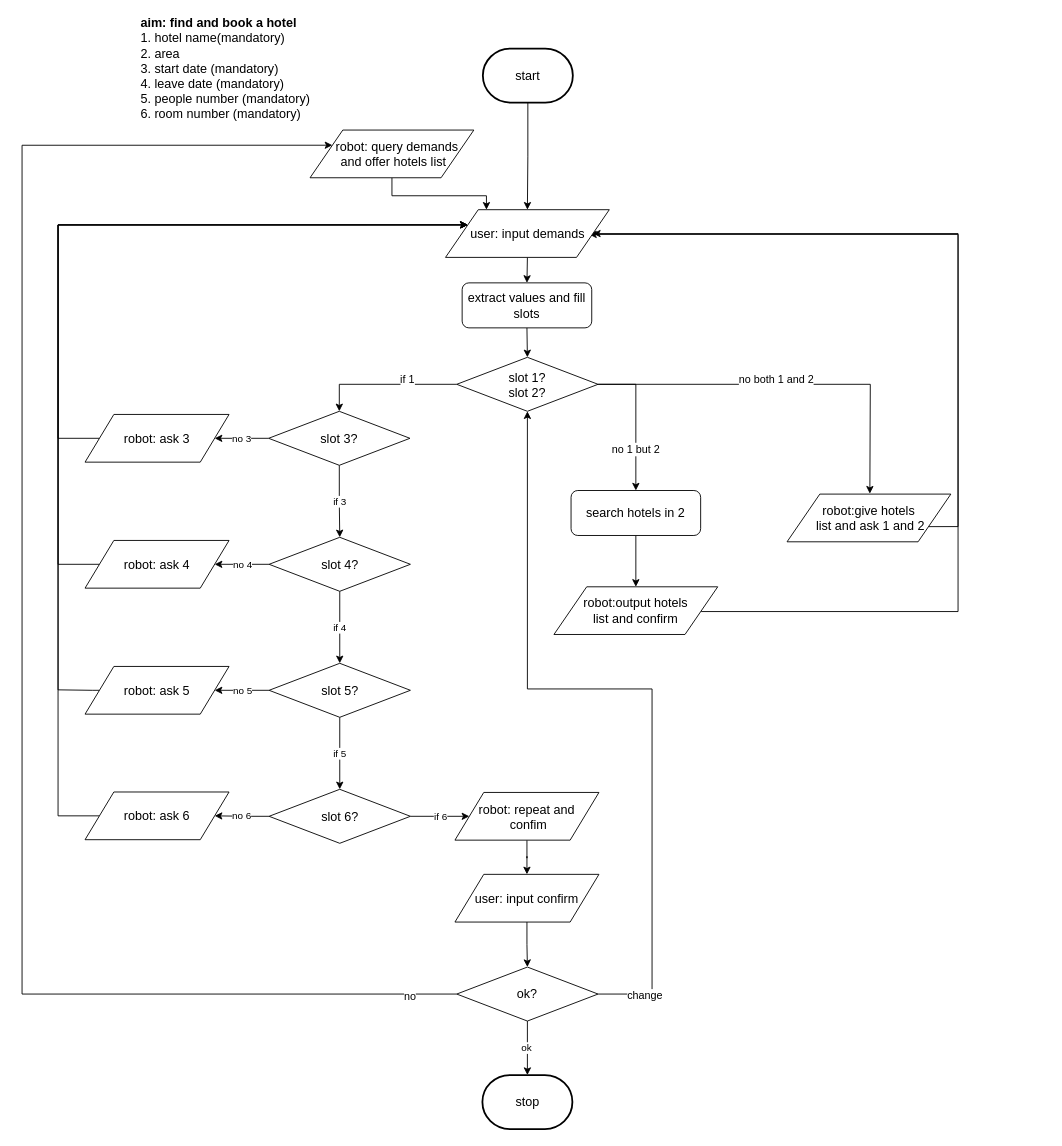
The draw.io diagram flow_diagram/living.drawio in ricosr/travel_consult_chatbot, before the edit. Source tidied: cells renumbered, new cells numbered last; positions are measured from the earlier drawing's top-left corner, leaving out a move shared by most shapes. Both pictures are drawn from the tidied source at 90%, with x=0, y=0 at pixel (22, 24).
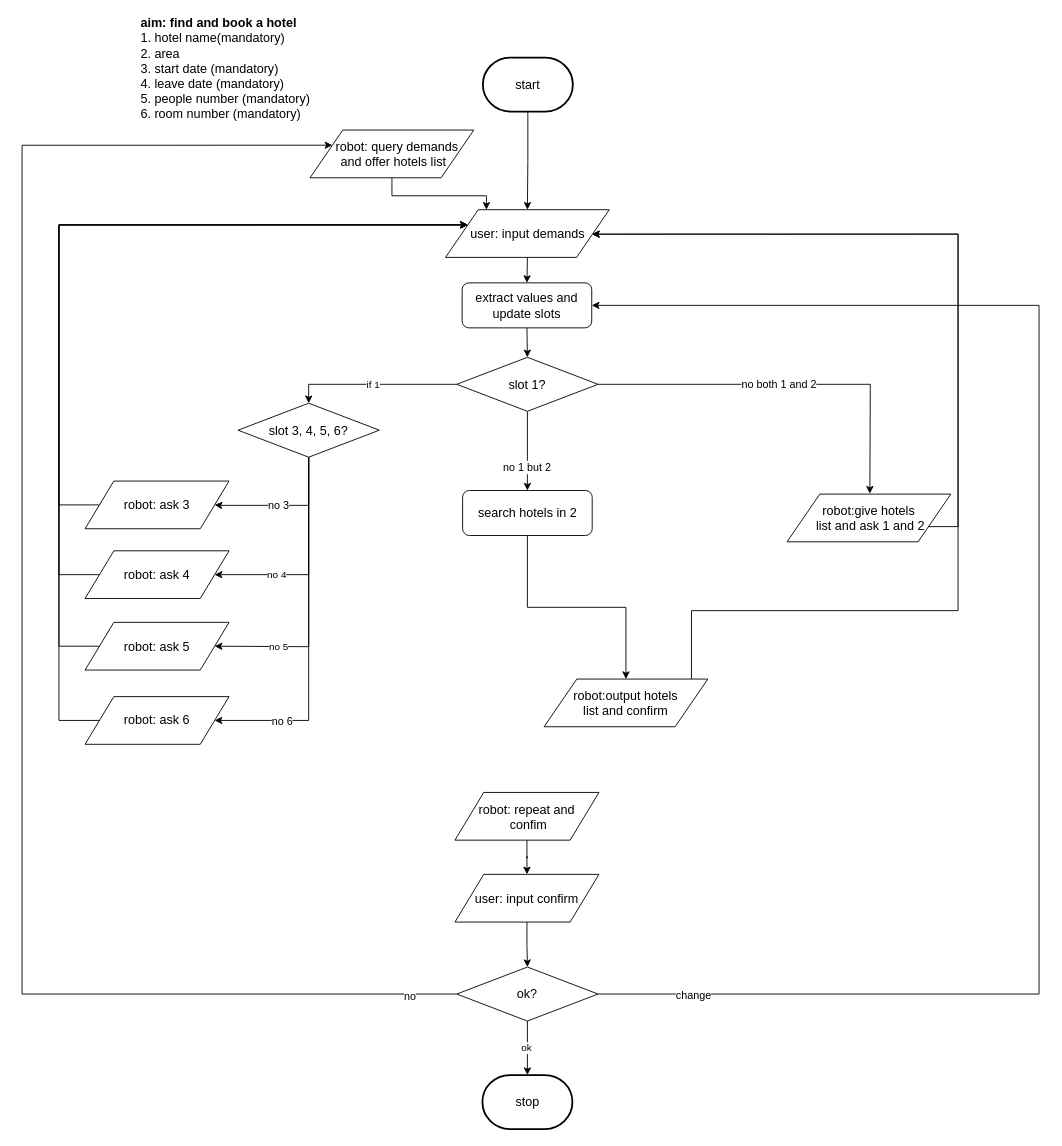
Above is the later version.

Unchanged cells that the change refers to:
```xml
<mxCell id="6" style="edgeStyle=orthogonalEdgeStyle;rounded=0;jettySize=auto;html=1;exitX=1;exitY=0.5;exitDx=0;exitDy=0;" parent="1" edge="1" source="10">
  <mxGeometry relative="1" as="geometry">
    <mxPoint x="942" y="521" as="targetPoint" />
  </mxGeometry>
</mxCell>
<mxCell id="34" value="&lt;font style=&quot;font-size: 14px&quot;&gt;ok?&lt;br&gt;&lt;/font&gt;" style="rhombus;whiteSpace=wrap;html=1;" parent="1" vertex="1">
  <mxGeometry x="483" y="1047" width="157" height="60" as="geometry" />
</mxCell>
<mxCell id="39" value="&lt;span style=&quot;font-size: 14px&quot;&gt;user: input demands&lt;/span&gt;" style="shape=parallelogram;perimeter=parallelogramPerimeter;whiteSpace=wrap;html=1;" parent="1" vertex="1">
  <mxGeometry x="470.5" y="205.5" width="182" height="53" as="geometry" />
</mxCell>
<mxCell id="40" value="&lt;span style=&quot;font-size: 14px&quot;&gt;robot:give hotels&lt;br&gt;&amp;nbsp;list and ask 1 and 2&lt;/span&gt;" style="shape=parallelogram;perimeter=parallelogramPerimeter;whiteSpace=wrap;html=1;" parent="1" vertex="1">
  <mxGeometry x="850" y="521.5" width="182" height="53" as="geometry" />
</mxCell>
<mxCell id="49" value="&lt;span style=&quot;font-size: 14px&quot;&gt;robot: repeat and&lt;br&gt;&amp;nbsp;confim&lt;/span&gt;" style="shape=parallelogram;perimeter=parallelogramPerimeter;whiteSpace=wrap;html=1;" parent="1" vertex="1">
  <mxGeometry x="481" y="853" width="160" height="53" as="geometry" />
</mxCell>
```

The edit, as a diff of the source:
```diff
@@
-    <mxCell id="4" style="edgeStyle=orthogonalEdgeStyle;rounded=0;jettySize=auto;html=1;exitX=1;exitY=0.5;exitDx=0;exitDy=0;entryX=0.5;entryY=0;entryDx=0;entryDy=0;" parent="1" edge="1" source="10" target="13">
+    <mxCell id="4" style="edgeStyle=orthogonalEdgeStyle;rounded=0;jettySize=auto;html=1;exitX=0.5;exitY=1;exitDx=0;exitDy=0;entryX=0.5;entryY=0;entryDx=0;entryDy=0;" parent="1" edge="1" source="10" target="13">
       <mxGeometry relative="1" as="geometry" />
     </mxCell>
@@
     <mxCell id="7" value="no both 1 and 2" style="text;html=1;align=center;verticalAlign=middle;labelBackgroundColor=#ffffff;" parent="6" vertex="1">
-      <mxGeometry x="-0.07" y="5" relative="1" as="geometry" />
+      <mxGeometry x="-0.07" y="5" relative="1" as="geometry">
+        <mxPoint x="3" y="4.5" as="offset" />
+      </mxGeometry>
     </mxCell>
-    <mxCell id="8" style="edgeStyle=orthogonalEdgeStyle;rounded=0;jettySize=auto;html=1;exitX=0;exitY=0.5;exitDx=0;exitDy=0;entryX=0.5;entryY=0;entryDx=0;entryDy=0;" parent="1" edge="1" source="10" target="17">
-      <mxGeometry relative="1" as="geometry" />
-    </mxCell>
+    <mxCell id="55" style="edgeStyle=orthogonalEdgeStyle;rounded=0;jettySize=auto;html=1;exitX=0.5;exitY=1;exitDx=0;exitDy=0;entryX=1;entryY=0.5;entryDx=0;entryDy=0;" parent="1" edge="1" source="57" target="47">
+      <mxGeometry relative="1" as="geometry">
+        <Array as="points">
+          <mxPoint x="319" y="773" />
+        </Array>
+      </mxGeometry>
+    </mxCell>
+    <mxCell id="25" value="no 6" style="text;html=1;align=center;verticalAlign=middle;labelBackgroundColor=#ffffff;" parent="55" vertex="1">
+      <mxGeometry x="0.45" y="2" relative="1" as="geometry">
+        <mxPoint x="-32.5" y="6" as="offset" />
+      </mxGeometry>
+    </mxCell>
-    <mxCell id="9" value="if 1" style="text;html=1;align=center;verticalAlign=middle;labelBackgroundColor=#ffffff;" parent="8" vertex="1">
-      <mxGeometry x="-0.3" y="-5" relative="1" as="geometry" />
+    <mxCell id="9" value="if 1" style="edgeStyle=orthogonalEdgeStyle;rounded=0;jettySize=auto;html=1;exitX=0;exitY=0.5;exitDx=0;exitDy=0;entryX=0.5;entryY=0;entryDx=0;entryDy=0;" parent="1" edge="1" source="10" target="57">
+      <mxGeometry relative="1" as="geometry" />
     </mxCell>
-    <mxCell id="10" value="&lt;font style=&quot;font-size: 14px&quot;&gt;slot 1?&lt;br&gt;slot 2?&lt;br&gt;&lt;/font&gt;" style="rhombus;whiteSpace=wrap;html=1;" parent="1" vertex="1">
+    <mxCell id="10" value="&lt;font style=&quot;font-size: 14px&quot;&gt;slot 1?&lt;br&gt;&lt;/font&gt;" style="rhombus;whiteSpace=wrap;html=1;" parent="1" vertex="1">
       <mxGeometry x="483" y="369.5" width="157" height="60" as="geometry" />
     </mxCell>
-    <mxCell id="11" style="edgeStyle=orthogonalEdgeStyle;rounded=0;jettySize=auto;html=1;exitX=1;exitY=0.75;exitDx=0;exitDy=0;entryX=1;entryY=0.5;entryDx=0;entryDy=0;" parent="1" edge="1" source="40">
+    <mxCell id="11" style="edgeStyle=orthogonalEdgeStyle;rounded=0;jettySize=auto;html=1;exitX=1;exitY=0.75;exitDx=0;exitDy=0;entryX=0.894;entryY=0.512;entryDx=0;entryDy=0;entryPerimeter=0;" parent="1" edge="1" source="40" target="39">
       <mxGeometry relative="1" as="geometry">
-        <mxPoint x="630" y="233" as="targetPoint" />
         <Array as="points">
-          <mxPoint x="1007" y="557" />
-          <mxPoint x="1040" y="557" />
+          <mxPoint x="1040" y="558" />
           <mxPoint x="1040" y="233" />
         </Array>
       </mxGeometry>
     </mxCell>
@@
     <mxCell id="13" value="&lt;span style=&quot;font-size: 14px&quot;&gt;search hotels in 2&lt;/span&gt;" style="rounded=1;whiteSpace=wrap;html=1;" parent="1" vertex="1">
-      <mxGeometry x="610" y="517.5" width="144" height="50" as="geometry" />
+      <mxGeometry x="489.5" y="517.5" width="144" height="50" as="geometry" />
     </mxCell>
-    <mxCell id="14" style="edgeStyle=orthogonalEdgeStyle;rounded=0;jettySize=auto;html=1;exitX=1;exitY=0.5;exitDx=0;exitDy=0;entryX=1;entryY=0.5;entryDx=0;entryDy=0;" parent="1" edge="1" source="41" target="39">
+    <mxCell id="14" style="edgeStyle=orthogonalEdgeStyle;rounded=0;jettySize=auto;html=1;exitX=1;exitY=0.5;exitDx=0;exitDy=0;entryX=0.895;entryY=0.513;entryDx=0;entryDy=0;entryPerimeter=0;" parent="1" edge="1" source="41" target="39">
       <mxGeometry relative="1" as="geometry">
         <Array as="points">
-          <mxPoint x="755" y="652" />
-          <mxPoint x="1040" y="652" />
-          <mxPoint x="1040" y="232" />
+          <mxPoint x="1040" y="651" />
+          <mxPoint x="1040" y="233" />
         </Array>
       </mxGeometry>
     </mxCell>
-    <mxCell id="15" value="if 3" style="edgeStyle=orthogonalEdgeStyle;rounded=0;jettySize=auto;html=1;" parent="1" edge="1" source="17" target="20">
-      <mxGeometry relative="1" as="geometry" />
-    </mxCell>
-    <mxCell id="16" value="no 3" style="edgeStyle=orthogonalEdgeStyle;rounded=0;jettySize=auto;html=1;exitX=0;exitY=0.5;exitDx=0;exitDy=0;" parent="1" edge="1" source="17" target="43">
-      <mxGeometry relative="1" as="geometry" />
-    </mxCell>
-    <mxCell id="17" value="&lt;font style=&quot;font-size: 14px&quot;&gt;slot 3?&lt;br&gt;&lt;/font&gt;" style="rhombus;whiteSpace=wrap;html=1;" parent="1" vertex="1">
-      <mxGeometry x="274" y="429.5" width="157" height="60" as="geometry" />
-    </mxCell>
-    <mxCell id="18" value="if 4" style="edgeStyle=orthogonalEdgeStyle;rounded=0;jettySize=auto;html=1;" parent="1" edge="1" source="20" target="24">
-      <mxGeometry relative="1" as="geometry" />
-    </mxCell>
-    <mxCell id="19" value="no 4" style="edgeStyle=orthogonalEdgeStyle;rounded=0;jettySize=auto;html=1;exitX=0;exitY=0.5;exitDx=0;exitDy=0;entryX=1;entryY=0.5;entryDx=0;entryDy=0;" parent="1" edge="1" source="20" target="45">
-      <mxGeometry relative="1" as="geometry" />
+    <mxCell id="19" value="no 4" style="edgeStyle=orthogonalEdgeStyle;rounded=0;jettySize=auto;html=1;exitX=0.5;exitY=1;exitDx=0;exitDy=0;entryX=1;entryY=0.5;entryDx=0;entryDy=0;" parent="1" edge="1" source="57" target="45">
+      <mxGeometry x="0.15" y="-31" relative="1" as="geometry">
+        <Array as="points">
+          <mxPoint x="319" y="611" />
+        </Array>
+        <mxPoint x="-31" y="31" as="offset" />
+      </mxGeometry>
     </mxCell>
-    <mxCell id="20" value="&lt;font style=&quot;font-size: 14px&quot;&gt;slot 4?&lt;br&gt;&lt;/font&gt;" style="rhombus;whiteSpace=wrap;html=1;" parent="1" vertex="1">
-      <mxGeometry x="274.5" y="569.5" width="157" height="60" as="geometry" />
-    </mxCell>
     <mxCell id="21" style="edgeStyle=orthogonalEdgeStyle;rounded=0;jettySize=auto;html=1;exitX=0;exitY=0.5;exitDx=0;exitDy=0;entryX=0;entryY=0.25;entryDx=0;entryDy=0;" parent="1" edge="1" source="46" target="39">
       <mxGeometry relative="1" as="geometry">
         <Array as="points">
-          <mxPoint x="78" y="739" />
-          <mxPoint x="40" y="739" />
-          <mxPoint x="40" y="292" />
+          <mxPoint x="41" y="691" />
+          <mxPoint x="41" y="222" />
         </Array>
       </mxGeometry>
     </mxCell>
-    <mxCell id="22" value="no 5" style="edgeStyle=orthogonalEdgeStyle;rounded=0;jettySize=auto;html=1;exitX=0;exitY=0.5;exitDx=0;exitDy=0;entryX=1;entryY=0.5;entryDx=0;entryDy=0;" parent="1" edge="1" source="24" target="46">
-      <mxGeometry relative="1" as="geometry" />
+    <mxCell id="22" value="no 5" style="edgeStyle=orthogonalEdgeStyle;rounded=0;jettySize=auto;html=1;exitX=0.5;exitY=1;exitDx=0;exitDy=0;entryX=1;entryY=0.5;entryDx=0;entryDy=0;" parent="1" edge="1" source="57" target="46">
+      <mxGeometry x="0.35" y="-31" relative="1" as="geometry">
+        <Array as="points">
+          <mxPoint x="319" y="691" />
+          <mxPoint x="310" y="691" />
+        </Array>
+        <mxPoint x="-31" y="31" as="offset" />
+      </mxGeometry>
     </mxCell>
-    <mxCell id="23" value="if 5" style="edgeStyle=orthogonalEdgeStyle;rounded=0;jettySize=auto;html=1;" parent="1" edge="1" source="24" target="27">
-      <mxGeometry relative="1" as="geometry" />
-    </mxCell>
-    <mxCell id="24" value="&lt;font style=&quot;font-size: 14px&quot;&gt;slot 5?&lt;br&gt;&lt;/font&gt;" style="rhombus;whiteSpace=wrap;html=1;" parent="1" vertex="1">
-      <mxGeometry x="274.5" y="709.5" width="157" height="60" as="geometry" />
-    </mxCell>
-    <mxCell id="25" value="no 6" style="edgeStyle=orthogonalEdgeStyle;rounded=0;jettySize=auto;html=1;exitX=0;exitY=0.5;exitDx=0;exitDy=0;entryX=1;entryY=0.5;entryDx=0;entryDy=0;" parent="1" edge="1" source="27" target="47">
-      <mxGeometry relative="1" as="geometry" />
-    </mxCell>
-    <mxCell id="26" value="if 6" style="edgeStyle=orthogonalEdgeStyle;rounded=0;jettySize=auto;html=1;exitX=1;exitY=0.5;exitDx=0;exitDy=0;entryX=0;entryY=0.5;entryDx=0;entryDy=0;" parent="1" edge="1" source="27" target="49">
-      <mxGeometry relative="1" as="geometry" />
-    </mxCell>
-    <mxCell id="27" value="&lt;font style=&quot;font-size: 14px&quot;&gt;slot 6?&lt;br&gt;&lt;/font&gt;" style="rhombus;whiteSpace=wrap;html=1;" parent="1" vertex="1">
-      <mxGeometry x="274.5" y="849.5" width="157" height="60" as="geometry" />
-    </mxCell>
     <mxCell id="28" style="edgeStyle=orthogonalEdgeStyle;rounded=0;jettySize=auto;html=1;exitX=0;exitY=0.5;exitDx=0;exitDy=0;entryX=0;entryY=0.25;entryDx=0;entryDy=0;" parent="1" edge="1" source="47" target="39">
       <mxGeometry relative="1" as="geometry">
         <Array as="points">
-          <mxPoint x="40" y="879" />
-          <mxPoint x="40" y="222" />
+          <mxPoint x="41" y="773" />
+          <mxPoint x="41" y="222" />
         </Array>
       </mxGeometry>
     </mxCell>
@@
-    <mxCell id="30" style="edgeStyle=orthogonalEdgeStyle;rounded=0;jettySize=auto;html=1;exitX=1;exitY=0.5;exitDx=0;exitDy=0;entryX=0.5;entryY=1;entryDx=0;entryDy=0;" parent="1" edge="1" source="34" target="10">
+    <mxCell id="30" style="edgeStyle=orthogonalEdgeStyle;rounded=0;jettySize=auto;html=1;exitX=1;exitY=0.5;exitDx=0;exitDy=0;entryX=1;entryY=0.5;entryDx=0;entryDy=0;" parent="1" edge="1" source="34" target="54">
       <mxGeometry relative="1" as="geometry">
         <Array as="points">
-          <mxPoint x="700" y="1077" />
-          <mxPoint x="700" y="738" />
-          <mxPoint x="562" y="738" />
+          <mxPoint x="1130" y="1077" />
+          <mxPoint x="1130" y="312" />
         </Array>
       </mxGeometry>
     </mxCell>
@@
     <mxCell id="37" value="&lt;span style=&quot;font-size: 14px&quot;&gt;start&lt;/span&gt;" style="strokeWidth=2;html=1;shape=mxgraph.flowchart.terminator;whiteSpace=wrap;" parent="1" vertex="1">
-      <mxGeometry x="512" y="26.5" width="100" height="60" as="geometry" />
+      <mxGeometry x="512" y="36.5" width="100" height="60" as="geometry" />
     </mxCell>
@@
     <mxCell id="41" value="&lt;span style=&quot;font-size: 14px&quot;&gt;robot:output hotels &lt;br&gt;list and confirm&lt;/span&gt;" style="shape=parallelogram;perimeter=parallelogramPerimeter;whiteSpace=wrap;html=1;" parent="1" vertex="1">
-      <mxGeometry x="591" y="624.5" width="182" height="53" as="geometry" />
+      <mxGeometry x="580" y="727" width="182" height="53" as="geometry" />
     </mxCell>
     <mxCell id="42" style="edgeStyle=orthogonalEdgeStyle;rounded=0;jettySize=auto;html=1;exitX=0;exitY=0.5;exitDx=0;exitDy=0;entryX=0;entryY=0.25;entryDx=0;entryDy=0;" parent="1" edge="1" source="43" target="39">
       <mxGeometry relative="1" as="geometry">
         <Array as="points">
-          <mxPoint x="86" y="459" />
-          <mxPoint x="40" y="459" />
-          <mxPoint x="40" y="222" />
+          <mxPoint x="41" y="533" />
+          <mxPoint x="41" y="222" />
         </Array>
       </mxGeometry>
     </mxCell>
     <mxCell id="43" value="&lt;span style=&quot;font-size: 14px&quot;&gt;robot: ask 3&lt;/span&gt;" style="shape=parallelogram;perimeter=parallelogramPerimeter;whiteSpace=wrap;html=1;" parent="1" vertex="1">
-      <mxGeometry x="70" y="433" width="160" height="53" as="geometry" />
+      <mxGeometry x="70" y="507" width="160" height="53" as="geometry" />
     </mxCell>
     <mxCell id="44" style="edgeStyle=orthogonalEdgeStyle;rounded=0;jettySize=auto;html=1;exitX=0;exitY=0.5;exitDx=0;exitDy=0;entryX=0;entryY=0.25;entryDx=0;entryDy=0;" parent="1" edge="1" source="45" target="39">
       <mxGeometry relative="1" as="geometry">
         <Array as="points">
-          <mxPoint x="86" y="599" />
-          <mxPoint x="40" y="599" />
-          <mxPoint x="40" y="222" />
+          <mxPoint x="41" y="611" />
+          <mxPoint x="41" y="222" />
         </Array>
       </mxGeometry>
     </mxCell>
     <mxCell id="45" value="&lt;span style=&quot;font-size: 14px&quot;&gt;robot: ask 4&lt;/span&gt;" style="shape=parallelogram;perimeter=parallelogramPerimeter;whiteSpace=wrap;html=1;" parent="1" vertex="1">
-      <mxGeometry x="70" y="573" width="160" height="53" as="geometry" />
+      <mxGeometry x="70" y="584.5" width="160" height="53" as="geometry" />
     </mxCell>
     <mxCell id="46" value="&lt;span style=&quot;font-size: 14px&quot;&gt;robot: ask 5&lt;/span&gt;" style="shape=parallelogram;perimeter=parallelogramPerimeter;whiteSpace=wrap;html=1;" parent="1" vertex="1">
-      <mxGeometry x="70" y="713" width="160" height="53" as="geometry" />
+      <mxGeometry x="70" y="664" width="160" height="53" as="geometry" />
     </mxCell>
     <mxCell id="47" value="&lt;span style=&quot;font-size: 14px&quot;&gt;robot: ask 6&lt;/span&gt;" style="shape=parallelogram;perimeter=parallelogramPerimeter;whiteSpace=wrap;html=1;" parent="1" vertex="1">
-      <mxGeometry x="70" y="852.5" width="160" height="53" as="geometry" />
+      <mxGeometry x="70" y="746.5" width="160" height="53" as="geometry" />
     </mxCell>
@@
-    <mxCell id="54" value="&lt;font style=&quot;font-size: 14px&quot;&gt;extract values and fill slots&lt;/font&gt;" style="rounded=1;whiteSpace=wrap;html=1;" parent="1" vertex="1">
+    <mxCell id="54" value="&lt;font style=&quot;font-size: 14px&quot;&gt;extract values and update slots&lt;/font&gt;" style="rounded=1;whiteSpace=wrap;html=1;" parent="1" vertex="1">
       <mxGeometry x="489" y="286.8" width="144" height="50" as="geometry" />
     </mxCell>
+    <mxCell id="56" style="edgeStyle=orthogonalEdgeStyle;rounded=0;jettySize=auto;html=1;exitX=0.5;exitY=1;exitDx=0;exitDy=0;entryX=1;entryY=0.5;entryDx=0;entryDy=0;" parent="1" edge="1" source="57" target="43">
+      <mxGeometry relative="1" as="geometry">
+        <Array as="points">
+          <mxPoint x="319" y="534" />
+          <mxPoint x="220" y="534" />
+        </Array>
+      </mxGeometry>
+    </mxCell>
+    <mxCell id="16" value="no 3" style="text;html=1;align=center;verticalAlign=middle;labelBackgroundColor=#ffffff;" parent="56" vertex="1">
+      <mxGeometry x="0.11" relative="1" as="geometry" />
+    </mxCell>
+    <mxCell id="57" value="&lt;font style=&quot;font-size: 14px&quot;&gt;slot 3, 4, 5, 6?&lt;br&gt;&lt;/font&gt;" style="rhombus;whiteSpace=wrap;html=1;" parent="1" vertex="1">
+      <mxGeometry x="240" y="420.5" width="157" height="60" as="geometry" />
+    </mxCell>
```
